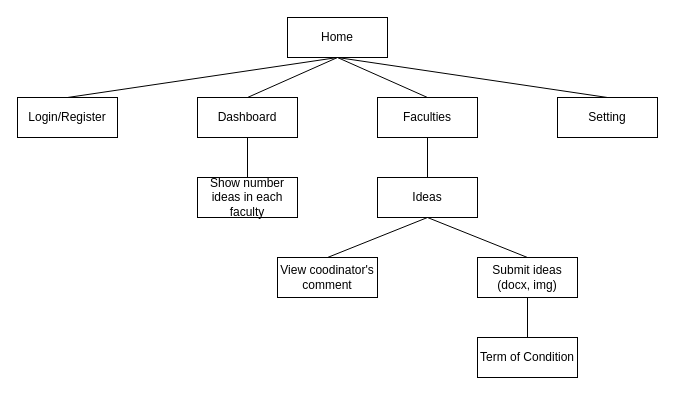
Above: page "sitemap Student" (4 of 4) of System Design diagram/sitemap.drawio in HungBuii/creative_ideas_project_1 (draw.io), before the change. Source tidied: cells renumbered, new cells numbered last; positions are measured from the earlier drawing's top-left corner, leaving out a move shared by most shapes. Both pictures are drawn from the tidied source at 100%, with x=0, y=0 at pixel (17, 17).
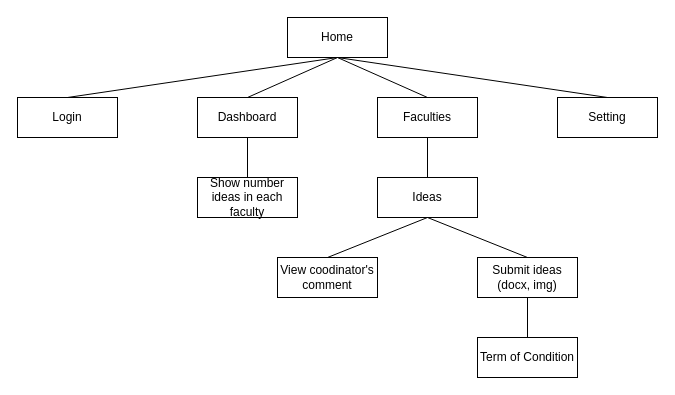
Above is the later version.

Diff of the diagram source:
```diff
@@
-    <mxCell id="3" value="Login/Register" style="whiteSpace=wrap;html=1;align=center;" parent="1" vertex="1">
+    <mxCell id="3" value="Login" style="whiteSpace=wrap;html=1;align=center;" parent="1" vertex="1">
       <mxGeometry y="80" width="100" height="40" as="geometry" />
     </mxCell>
```
